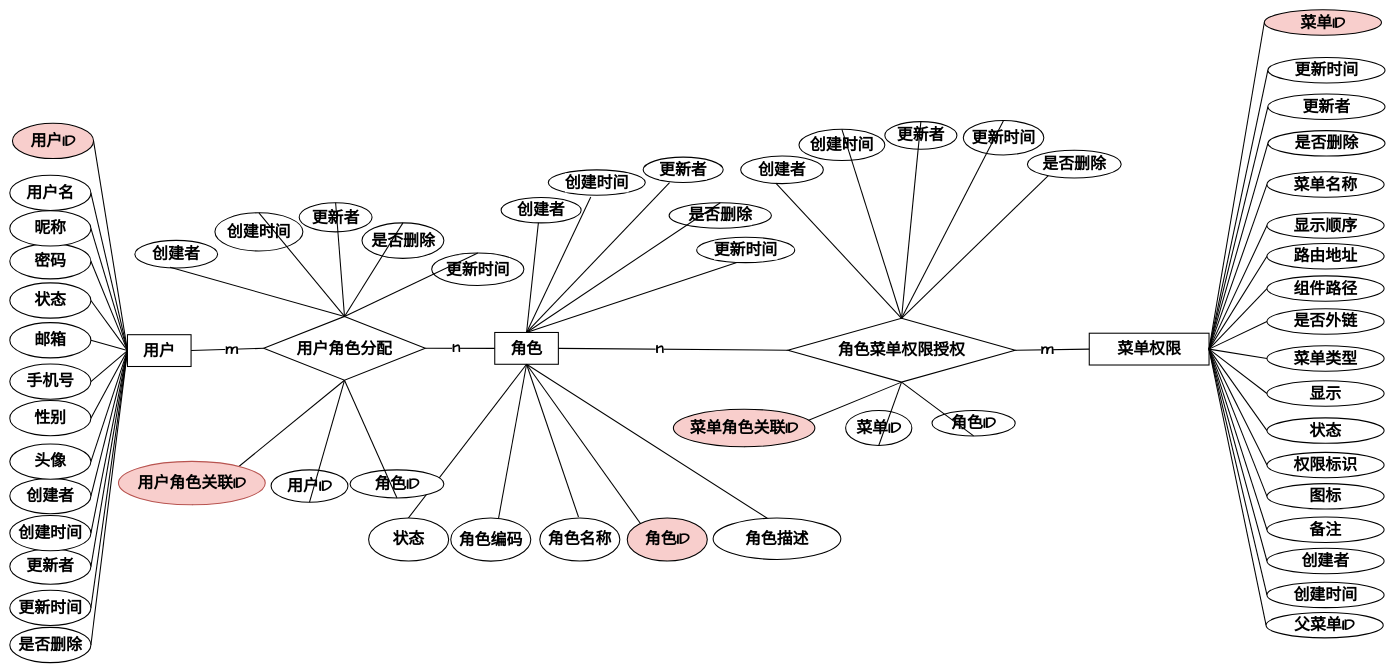
Above: graph/权限模块ER图.drawio in zhangbird050801/bird-blog (draw.io), before the change. Source tidied: cells renumbered, new cells numbered last; positions are measured from the earlier drawing's top-left corner, leaving out a move shared by most shapes. Both pictures are drawn from the tidied source at 53%, with x=0, y=0 at pixel (10, 10).
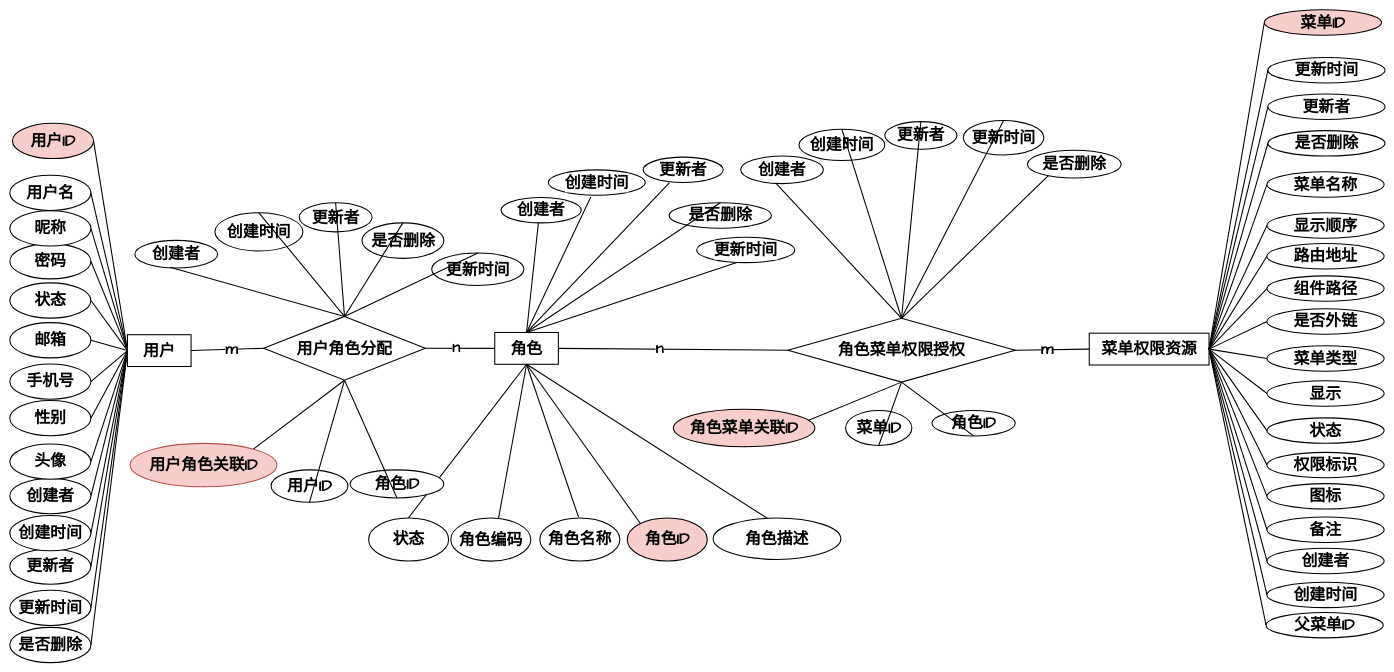
The same page after the edit.

Commit message (it also covers changes not shown here):
更新权限模块ER图.drawio

The edit, as a diff of the source:
```diff
@@
-    <mxCell id="3" value="菜单权限" style="rounded=0;whiteSpace=wrap;html=1;fontSize=30;fontFamily=Comic Sans MS;fontStyle=1;strokeColor=default;strokeWidth=2;align=center;verticalAlign=middle;fontColor=default;labelBackgroundColor=default;" parent="1" vertex="1">
+    <mxCell id="3" value="菜单权限资源" style="rounded=0;whiteSpace=wrap;html=1;fontSize=30;fontFamily=Comic Sans MS;fontStyle=1;strokeColor=default;strokeWidth=2;align=center;verticalAlign=middle;fontColor=default;labelBackgroundColor=default;" parent="1" vertex="1">
       <mxGeometry x="2036.7" y="610.2" width="226" height="60" as="geometry" />
     </mxCell>
@@
     <mxCell id="100" value="用户角色关联ID" style="ellipse;whiteSpace=wrap;html=1;flipV=1;flipH=1;fontSize=30;fontFamily=Comic Sans MS;fontStyle=1;fillColor=#f8cecc;strokeColor=#b85450;rounded=0;strokeWidth=2;align=center;verticalAlign=middle;labelBackgroundColor=none;" parent="1" vertex="1">
-      <mxGeometry x="205" y="852" width="277" height="82" as="geometry" />
+      <mxGeometry x="227" y="818" width="277" height="82" as="geometry" />
     </mxCell>
@@
-    <mxCell id="122" value="菜单角色关联ID" style="ellipse;whiteSpace=wrap;html=1;flipV=1;flipH=1;fontSize=30;fontFamily=Comic Sans MS;fontStyle=1;fillColor=#f8cecc;strokeColor=default;rounded=0;strokeWidth=2;align=center;verticalAlign=middle;fontColor=default;labelBackgroundColor=none;" parent="1" vertex="1">
+    <mxCell id="122" value="角色菜单关联ID" style="ellipse;whiteSpace=wrap;html=1;flipV=1;flipH=1;fontSize=30;fontFamily=Comic Sans MS;fontStyle=1;fillColor=#f8cecc;strokeColor=default;rounded=0;strokeWidth=2;align=center;verticalAlign=middle;fontColor=default;labelBackgroundColor=none;" parent="1" vertex="1">
       <mxGeometry x="1252" y="753.5" width="267" height="71" as="geometry" />
     </mxCell>
```
